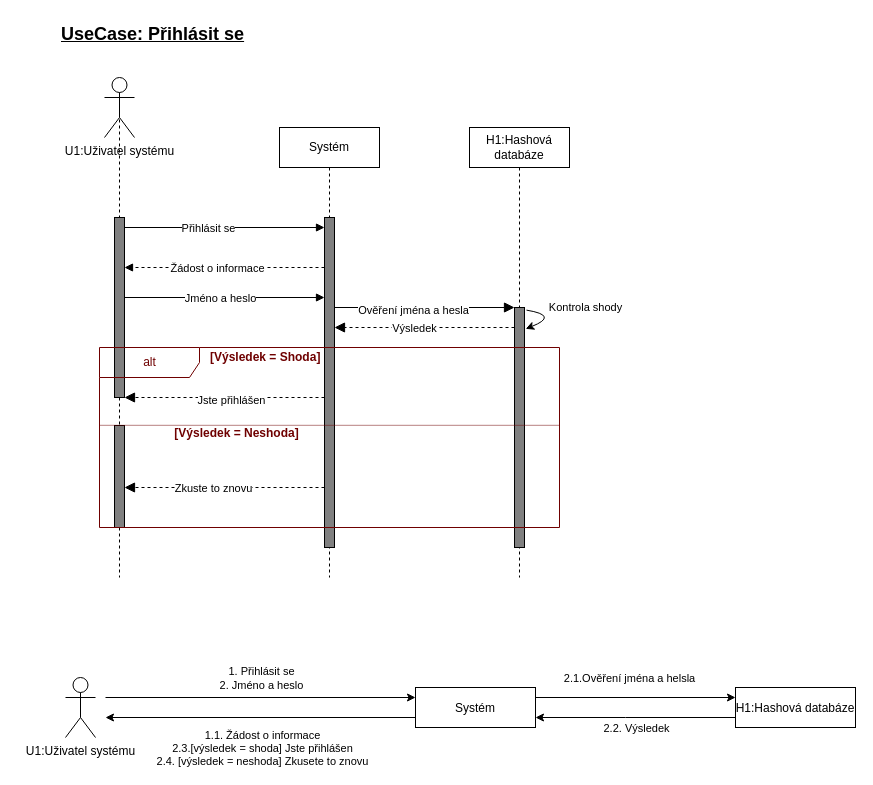
This is page "LogIn" (2 of 13) of IUS/IUS_projekt/Sequence.drawio from dan1235689/Diagrams, a draw.io file, before an edit. Source tidied: cells renumbered, new cells numbered last; positions are measured from the earlier drawing's top-left corner, leaving out a move shared by most shapes. Both pictures are drawn from the tidied source at 100%, with x=0, y=0 at pixel (59, 17).
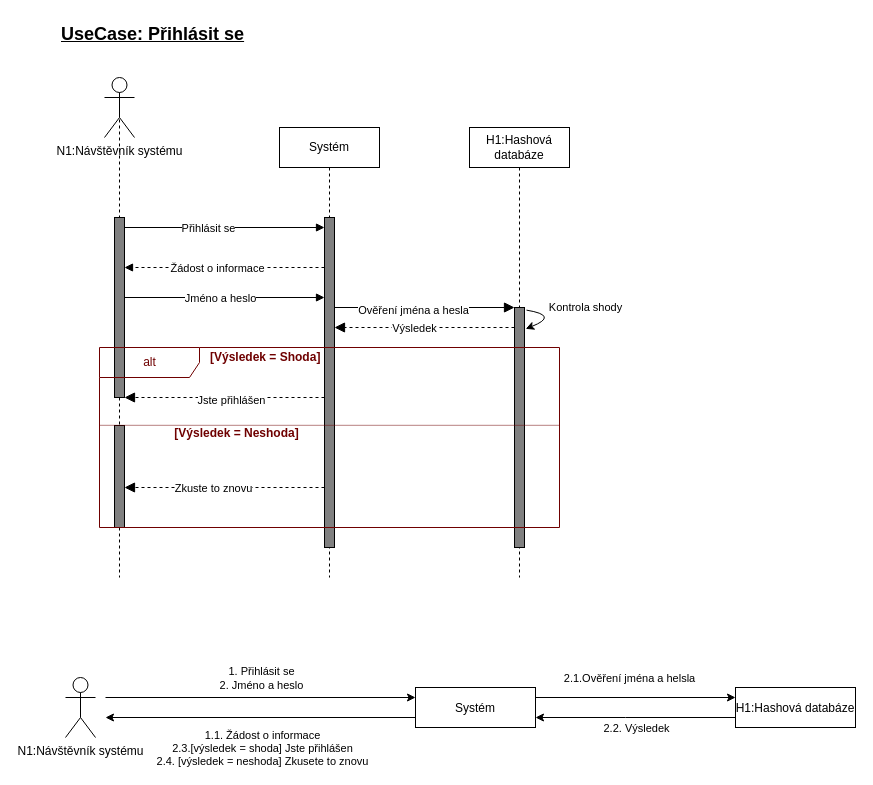
The same diagram, later.

Diff of the diagram source:
```diff
@@
-    <mxCell id="7" value="U1:Uživatel systému" style="shape=umlActor;verticalLabelPosition=bottom;verticalAlign=top;html=1;" parent="1" vertex="1">
+    <mxCell id="7" value="N1:Návštěvník systému" style="shape=umlActor;verticalLabelPosition=bottom;verticalAlign=top;html=1;" parent="1" vertex="1">
       <mxGeometry x="45" y="60" width="30" height="60" as="geometry" />
     </mxCell>
@@
-    <mxCell id="35" value="U1:Uživatel systému" style="shape=umlActor;verticalLabelPosition=bottom;verticalAlign=top;html=1;" parent="1" vertex="1">
+    <mxCell id="35" value="N1:Návštěvník systému" style="shape=umlActor;verticalLabelPosition=bottom;verticalAlign=top;html=1;" parent="1" vertex="1">
       <mxGeometry x="6" y="660" width="30" height="60" as="geometry" />
     </mxCell>
```
